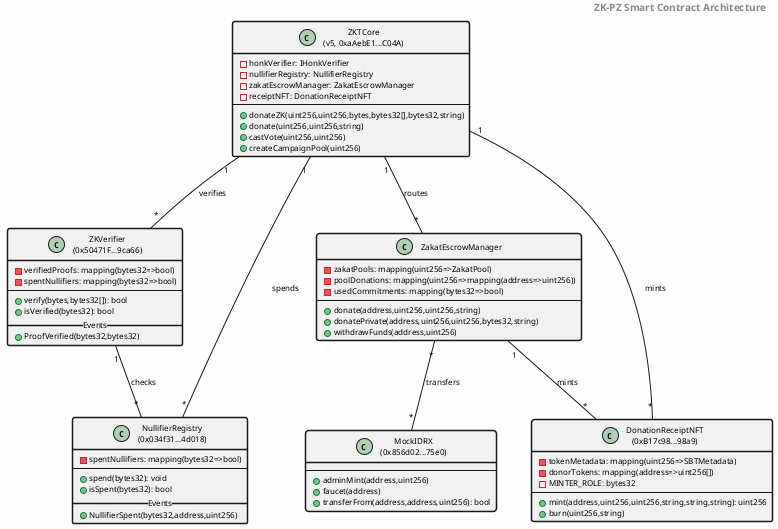
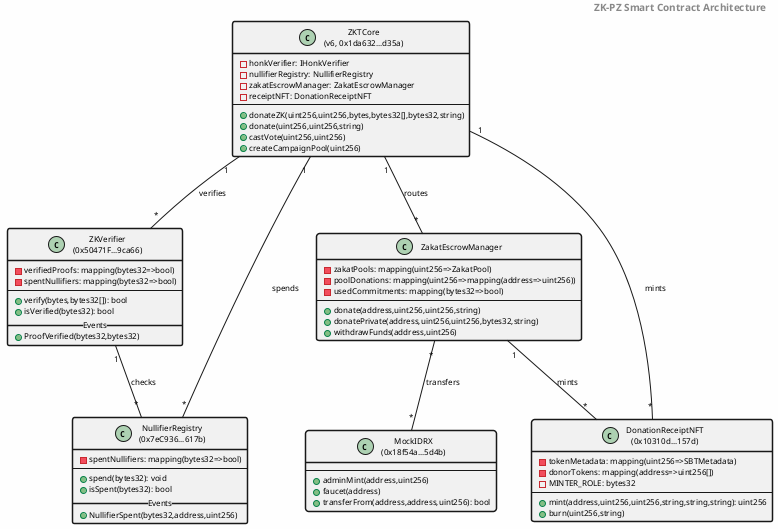
@startuml
skinparam backgroundColor #FEFEFE
skinparam shadowing false
skinparam defaultFontName Times-Roman
skinparam defaultFontSize 8
skinparam classBorderThickness 1.5

header <b>ZK-PZ Smart Contract Architecture</b>

- class "ZKTCore\n(v5, 0xaAebE1...C04A)" as ZKTCore {
+ class "ZKTCore\n(v6, 0x1da632...d35a)" as ZKTCore {
  - honkVerifier: IHonkVerifier
  - nullifierRegistry: NullifierRegistry
  - zakatEscrowManager: ZakatEscrowManager
  - receiptNFT: DonationReceiptNFT
  --
  + donateZK(uint256,uint256,bytes,bytes32[],bytes32,string)
  + donate(uint256,uint256,string)
  + castVote(uint256,uint256)
  + createCampaignPool(uint256)
}

class "ZKVerifier\n(0x50471F...9ca66)" as ZKVerifier {
  - verifiedProofs: mapping(bytes32=>bool)
  - spentNullifiers: mapping(bytes32=>bool)
  --
  + verify(bytes,bytes32[]): bool
  + isVerified(bytes32): bool
  __Events__
  + ProofVerified(bytes32,bytes32)
}

- class "NullifierRegistry\n(0x034f31...4d018)" as NullifierRegistry {
+ class "NullifierRegistry\n(0x7eC936...617b)" as NullifierRegistry {
  - spentNullifiers: mapping(bytes32=>bool)
  --
  + spend(bytes32): void
  + isSpent(bytes32): bool
  __Events__
  + NullifierSpent(bytes32,address,uint256)
}

class ZakatEscrowManager {
  - zakatPools: mapping(uint256=>ZakatPool)
  - poolDonations: mapping(uint256=>mapping(address=>uint256))
  - usedCommitments: mapping(bytes32=>bool)
  --
  + donate(address,uint256,uint256,string)
  + donatePrivate(address,uint256,uint256,bytes32,string)
  + withdrawFunds(address,uint256)
}

- class "DonationReceiptNFT\n(0xB17c98...98a9)" as DonationReceiptNFT {
+ class "DonationReceiptNFT\n(0x10310d...157d)" as DonationReceiptNFT {
  - tokenMetadata: mapping(uint256=>SBTMetadata)
  - donorTokens: mapping(address=>uint256[])
  - MINTER_ROLE: bytes32
  --
  + mint(address,uint256,uint256,string,string,string): uint256
  + burn(uint256,string)
}

- class "MockIDRX\n(0x856d02...75e0)" as MockIDRX {
+ class "MockIDRX\n(0x18f54a...5d4b)" as MockIDRX {
  --
  + adminMint(address,uint256)
  + faucet(address)
  + transferFrom(address,address,uint256): bool
}

ZKTCore "1" -- "*" ZKVerifier : verifies
ZKTCore "1" -- "*" NullifierRegistry : spends
ZKTCore "1" -- "*" ZakatEscrowManager : routes
ZKTCore "1" -- "*" DonationReceiptNFT : mints
ZakatEscrowManager "*" -- "*" MockIDRX : transfers
ZakatEscrowManager "1" -- "*" DonationReceiptNFT : mints
ZKVerifier "1" -- "*" NullifierRegistry : checks

@enduml
